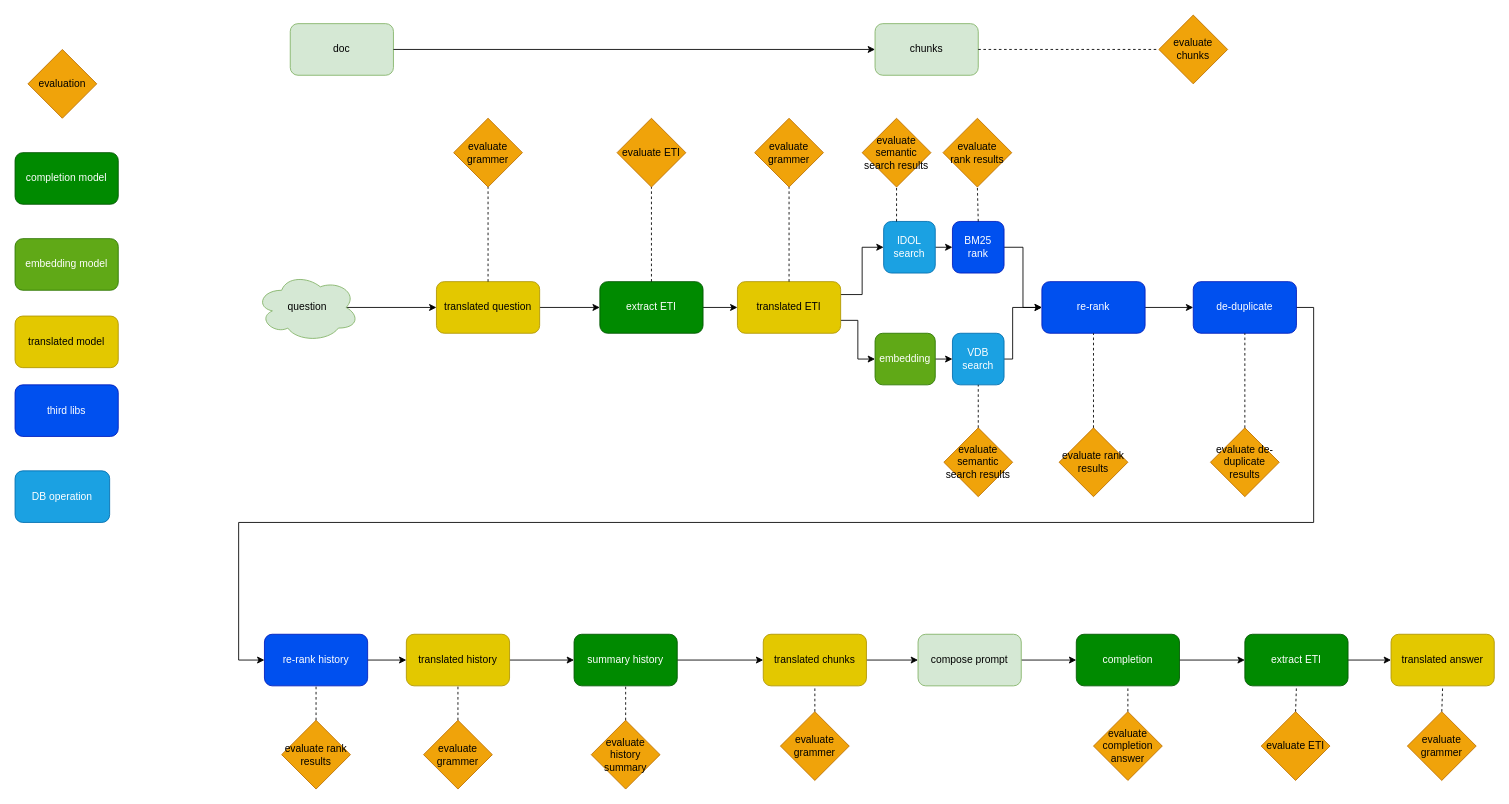
The draw.io diagram LLM/Trace.drawio in Ice-YcY/Diagram, before the edit. Source tidied: cells renumbered, new cells numbered last; positions are measured from the earlier drawing's top-left corner, leaving out a move shared by most shapes. Both pictures are drawn from the tidied source at 86%, with x=0, y=0 at pixel (15, 15).
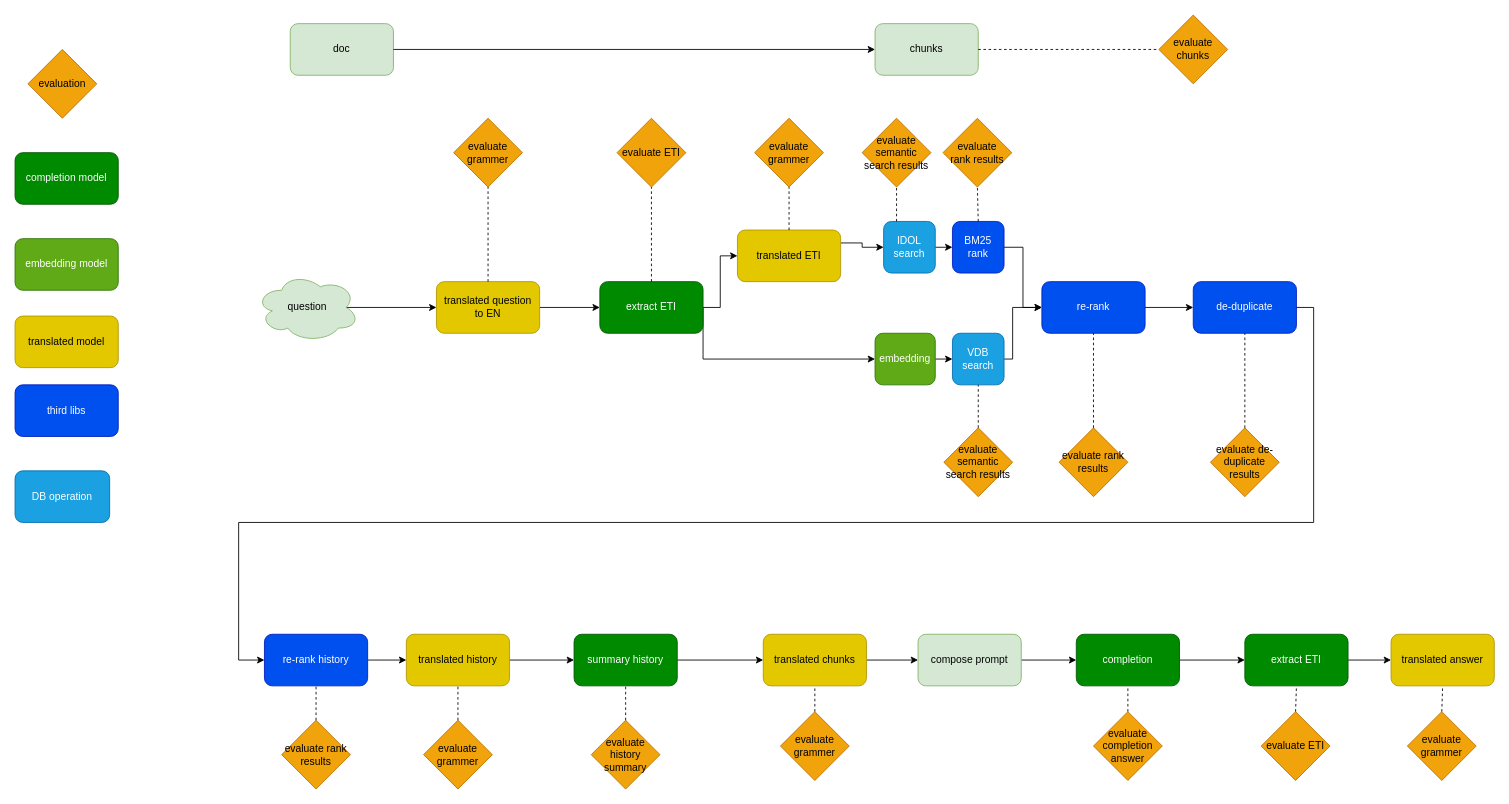
After the change.

Unchanged cells that the change refers to:
```xml
<mxCell id="16" value="extract ETI" style="rounded=1;whiteSpace=wrap;html=1;fillColor=#008a00;strokeColor=#005700;fontColor=#ffffff;" parent="1" vertex="1">
  <mxGeometry x="680" y="310" width="120" height="60" as="geometry" />
</mxCell>
<mxCell id="51" value="embedding" style="rounded=1;whiteSpace=wrap;html=1;fillColor=#60a917;strokeColor=#2D7600;fontColor=#ffffff;" parent="1" vertex="1">
  <mxGeometry x="1000" y="370" width="70" height="60" as="geometry" />
</mxCell>
```

What changed in the source:
```diff
@@
-    <mxCell id="10" value="translated question" style="rounded=1;whiteSpace=wrap;html=1;fillColor=#e3c800;strokeColor=#B09500;fontColor=#000000;" parent="1" vertex="1">
+    <mxCell id="10" value="translated question&lt;div&gt;to EN&lt;/div&gt;" style="rounded=1;whiteSpace=wrap;html=1;fillColor=#e3c800;strokeColor=#B09500;fontColor=#000000;" parent="1" vertex="1">
       <mxGeometry x="490" y="310" width="120" height="60" as="geometry" />
     </mxCell>
@@
-    <mxCell id="14" style="edgeStyle=orthogonalEdgeStyle;rounded=0;jettySize=auto;html=1;exitX=1;exitY=0.75;exitDx=0;exitDy=0;entryX=0;entryY=0.5;entryDx=0;entryDy=0;" parent="1" edge="1" source="63" target="51">
-      <mxGeometry relative="1" as="geometry" />
+    <mxCell id="14" style="edgeStyle=orthogonalEdgeStyle;rounded=0;jettySize=auto;html=1;exitX=1;exitY=0.5;exitDx=0;exitDy=0;entryX=0;entryY=0.5;entryDx=0;entryDy=0;" parent="1" edge="1" source="16" target="51">
+      <mxGeometry relative="1" as="geometry">
+        <Array as="points">
+          <mxPoint x="800" y="400" />
+        </Array>
+      </mxGeometry>
     </mxCell>
@@
     <mxCell id="63" value="translated ETI" style="rounded=1;whiteSpace=wrap;html=1;fillColor=#e3c800;strokeColor=#B09500;fontColor=#000000;" parent="1" vertex="1">
-      <mxGeometry x="840" y="310" width="120" height="60" as="geometry" />
+      <mxGeometry x="840" y="250" width="120" height="60" as="geometry" />
     </mxCell>
```
